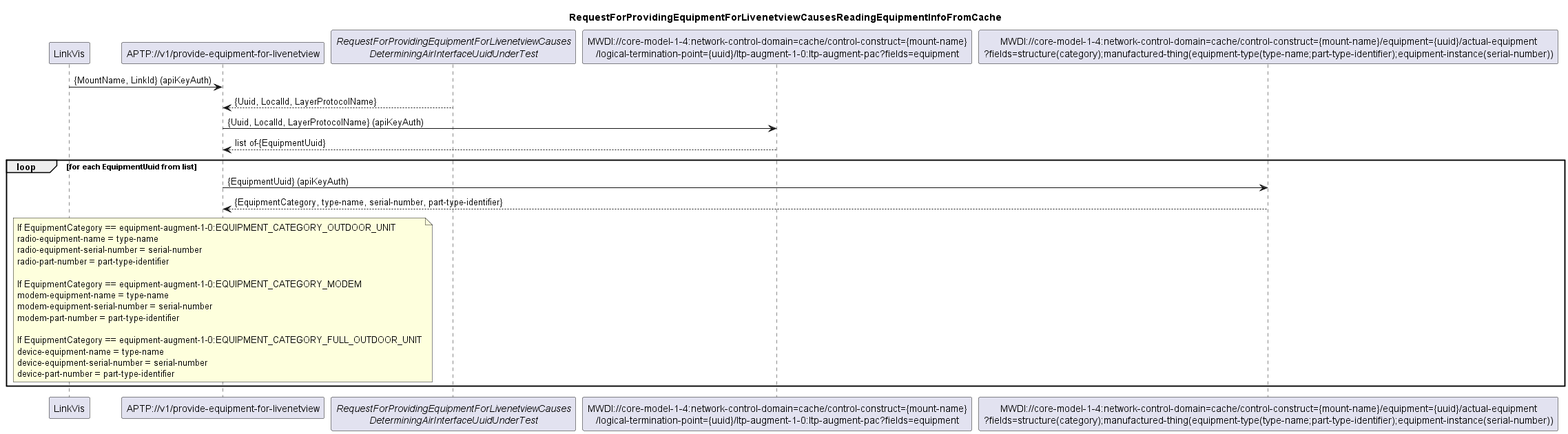
The PlantUML diagram spec/diagrams/ProvideEquipmentInfoForLivenetview/307_ReadingEquipmentInfoFromCache.png in openBackhaul/AccessPlanningToolProxy, before a commit. The source it was exported from:
```plantuml
@startuml 307_ReadingEquipmentInfoFromCache
skinparam responseMessageBelowArrow true

title
RequestForProvidingEquipmentForLivenetviewCausesReadingEquipmentInfoFromCache
end title

participant "LinkVis" as LinkVis
participant "APTP://v1/provide-equipment-for-livenetview" as liveEquipment
participant "<i>RequestForProvidingEquipmentForLivenetviewCauses\n<i>DeterminingAirInterfaceUuidUnderTest</i>" as InterfaceUnderTest
participant "MWDI://core-model-1-4:network-control-domain=cache/control-construct={mount-name}\n/logical-termination-point={uuid}/ltp-augment-1-0:ltp-augment-pac?fields=equipment" as EquipmentUuid
participant "MWDI://core-model-1-4:network-control-domain=cache/control-construct={mount-name}/equipment={uuid}/actual-equipment\n?fields=structure(category);manufactured-thing(equipment-type(type-name;part-type-identifier);equipment-instance(serial-number))" as RadioComponentIdentifiers


LinkVis -> liveEquipment: {MountName, LinkId} (apiKeyAuth)

InterfaceUnderTest --> liveEquipment: {Uuid, LocalId, LayerProtocolName}

liveEquipment -> EquipmentUuid: {Uuid, LocalId, LayerProtocolName} (apiKeyAuth)
EquipmentUuid --> liveEquipment: list of-{EquipmentUuid}


loop for each EquipmentUuid from list

    liveEquipment -> RadioComponentIdentifiers: {EquipmentUuid} (apiKeyAuth)
    RadioComponentIdentifiers --> liveEquipment: {EquipmentCategory, type-name, serial-number, part-type-identifier}

    note over liveEquipment
    If EquipmentCategory == equipment-augment-1-0:EQUIPMENT_CATEGORY_OUTDOOR_UNIT
    radio-equipment-name = type-name
    radio-equipment-serial-number = serial-number
    radio-part-number = part-type-identifier

    If EquipmentCategory == equipment-augment-1-0:EQUIPMENT_CATEGORY_MODEM
    modem-equipment-name = type-name
    modem-equipment-serial-number = serial-number
    modem-part-number = part-type-identifier

    If EquipmentCategory == equipment-augment-1-0:EQUIPMENT_CATEGORY_FULL_OUTDOOR_UNIT
    device-equipment-name = type-name
    device-equipment-serial-number = serial-number
    device-part-number = part-type-identifier
    end note
end
@enduml
```
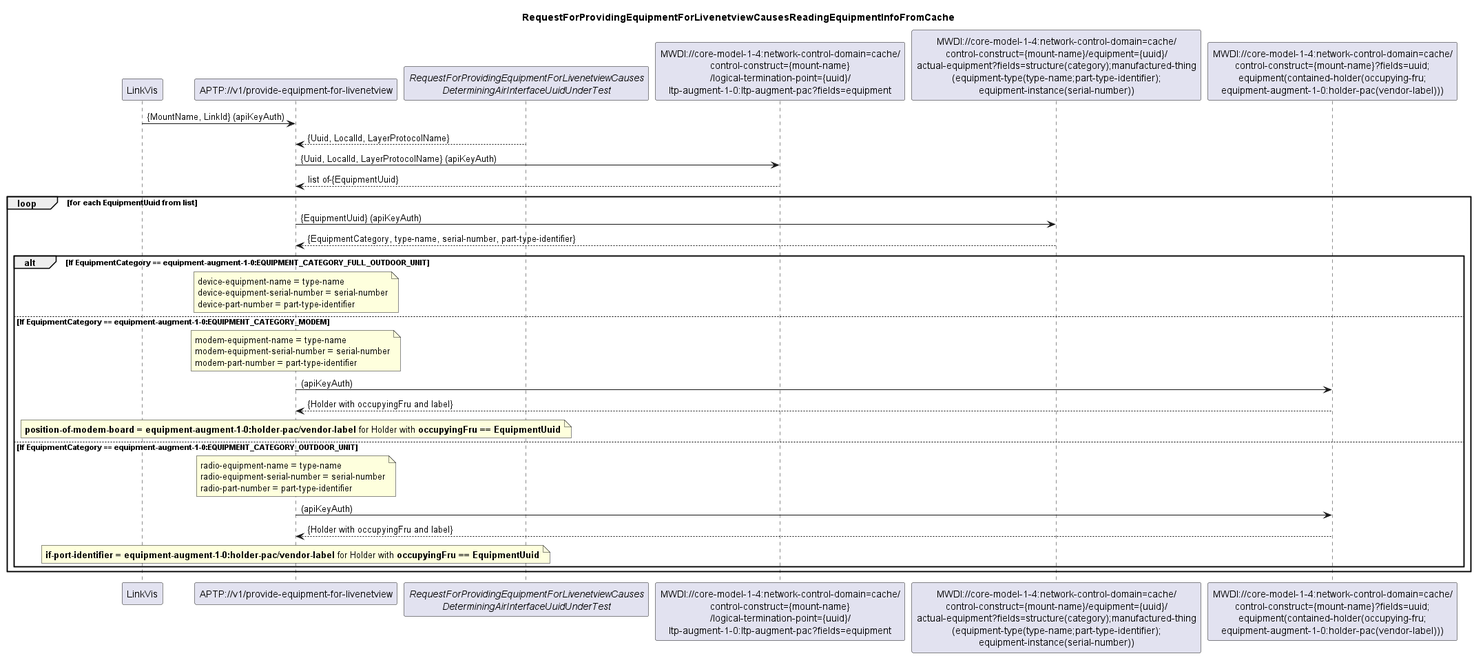
The same file after the commit.

Commit message:
Update diagram of ProvideEquipmentInforForLiveNetView after #397

The edit, as a diff of the source:
```diff
@@ -8,9 +8,9 @@
 participant "LinkVis" as LinkVis
 participant "APTP://v1/provide-equipment-for-livenetview" as liveEquipment
 participant "<i>RequestForProvidingEquipmentForLivenetviewCauses\n<i>DeterminingAirInterfaceUuidUnderTest</i>" as InterfaceUnderTest
-participant "MWDI://core-model-1-4:network-control-domain=cache/control-construct={mount-name}\n/logical-termination-point={uuid}/ltp-augment-1-0:ltp-augment-pac?fields=equipment" as EquipmentUuid
-participant "MWDI://core-model-1-4:network-control-domain=cache/control-construct={mount-name}/equipment={uuid}/actual-equipment\n?fields=structure(category);manufactured-thing(equipment-type(type-name;part-type-identifier);equipment-instance(serial-number))" as RadioComponentIdentifiers
-
+participant "MWDI://core-model-1-4:network-control-domain=cache/\ncontrol-construct={mount-name}\n/logical-termination-point={uuid}/\nltp-augment-1-0:ltp-augment-pac?fields=equipment" as EquipmentUuid
+participant "MWDI://core-model-1-4:network-control-domain=cache/\ncontrol-construct={mount-name}/equipment={uuid}/\nactual-equipment?fields=structure(category);manufactured-thing\n(equipment-type(type-name;part-type-identifier);\nequipment-instance(serial-number))" as RadioComponentIdentifiers
+participant "MWDI://core-model-1-4:network-control-domain=cache/\ncontrol-construct={mount-name}?fields=uuid;\nequipment(contained-holder(occupying-fru;\nequipment-augment-1-0:holder-pac(vendor-label)))" as HolderLabel
 
 LinkVis -> liveEquipment: {MountName, LinkId} (apiKeyAuth)
 
@@ -25,21 +25,43 @@
     liveEquipment -> RadioComponentIdentifiers: {EquipmentUuid} (apiKeyAuth)
     RadioComponentIdentifiers --> liveEquipment: {EquipmentCategory, type-name, serial-number, part-type-identifier}
 
-    note over liveEquipment
-    If EquipmentCategory == equipment-augment-1-0:EQUIPMENT_CATEGORY_OUTDOOR_UNIT
-    radio-equipment-name = type-name
-    radio-equipment-serial-number = serial-number
-    radio-part-number = part-type-identifier
+    alt If EquipmentCategory == equipment-augment-1-0:EQUIPMENT_CATEGORY_FULL_OUTDOOR_UNIT
+        note over liveEquipment
+            device-equipment-name = type-name
+            device-equipment-serial-number = serial-number
+            device-part-number = part-type-identifier
+        end note
 
-    If EquipmentCategory == equipment-augment-1-0:EQUIPMENT_CATEGORY_MODEM
-    modem-equipment-name = type-name
-    modem-equipment-serial-number = serial-number
-    modem-part-number = part-type-identifier
+    else If EquipmentCategory == equipment-augment-1-0:EQUIPMENT_CATEGORY_MODEM
+        note over liveEquipment
+            modem-equipment-name = type-name
+            modem-equipment-serial-number = serial-number
+            modem-part-number = part-type-identifier
+        end note
 
-    If EquipmentCategory == equipment-augment-1-0:EQUIPMENT_CATEGORY_FULL_OUTDOOR_UNIT
-    device-equipment-name = type-name
-    device-equipment-serial-number = serial-number
-    device-part-number = part-type-identifier
-    end note
+        liveEquipment -> HolderLabel: (apiKeyAuth)
+        HolderLabel --> liveEquipment: {Holder with occupyingFru and label}
+        note over liveEquipment
+            **position-of-modem-board = equipment-augment-1-0:holder-pac/vendor-label** for Holder with **occupyingFru == EquipmentUuid**
+        end note
+
+
+    else  If EquipmentCategory == equipment-augment-1-0:EQUIPMENT_CATEGORY_OUTDOOR_UNIT
+        note over liveEquipment
+        radio-equipment-name = type-name
+        radio-equipment-serial-number = serial-number
+        radio-part-number = part-type-identifier
+        end note
+
+        liveEquipment -> HolderLabel: (apiKeyAuth)
+        HolderLabel --> liveEquipment: {Holder with occupyingFru and label}
+        note over liveEquipment
+            **if-port-identifier = equipment-augment-1-0:holder-pac/vendor-label** for Holder with **occupyingFru == EquipmentUuid**
+        end note
+
+
+    end
+
+
 end
 @enduml
```
